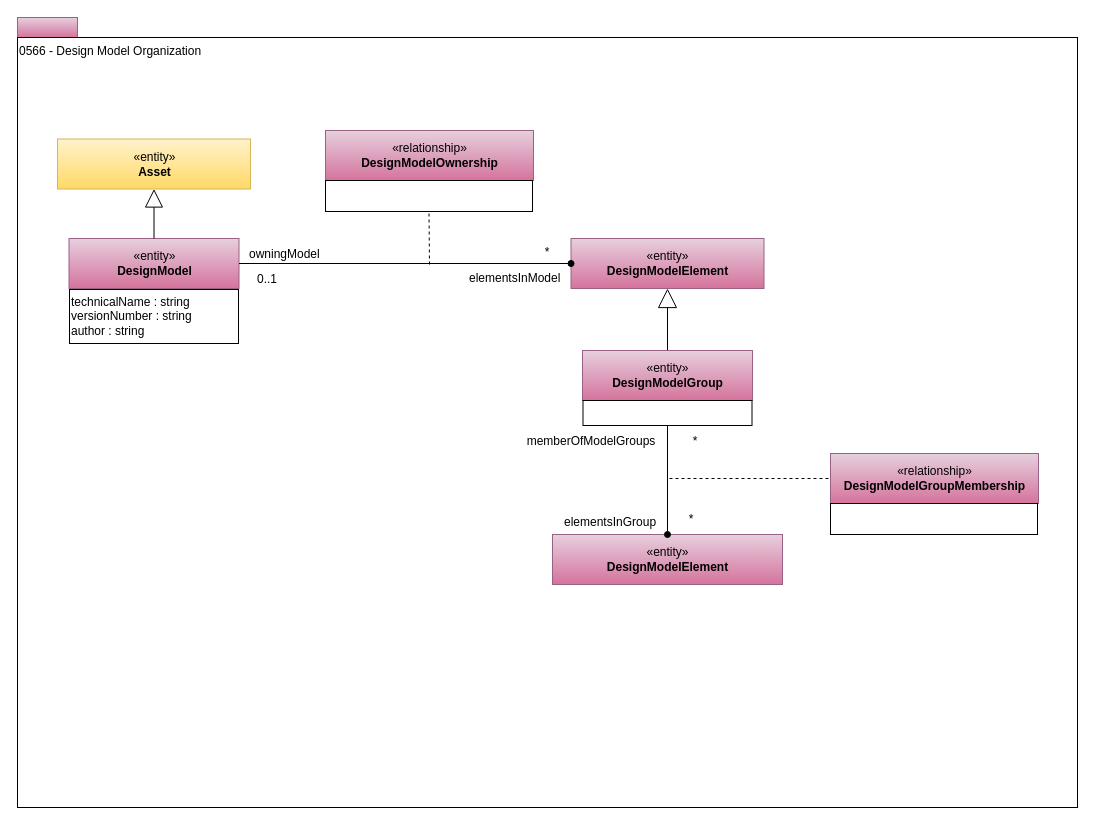
Earlier version of the draw.io diagram page "0566-Model-Structure" (23 of 28) of site/docs/types/5/area-5-models-and-schema.drawio (odpi/egeria-docs). Source tidied: cells renumbered, new cells numbered last; positions are measured from the earlier drawing's top-left corner, leaving out a move shared by most shapes. Both pictures are drawn from the tidied source at 100%, with x=0, y=0 at pixel (17, 17).
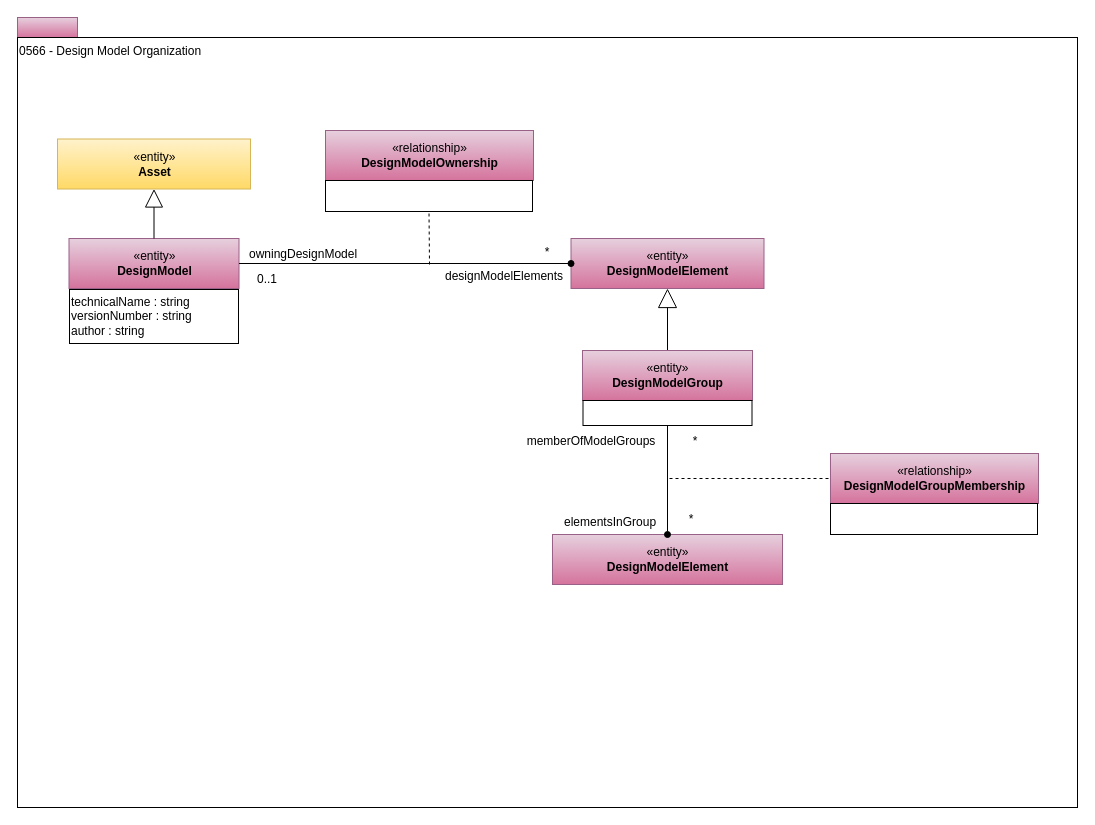
The same page after the edit.

Change to the diagram source:
```diff
@@
-    <mxCell id="16" value="owningModel" style="text;html=1;align=left;verticalAlign=top;spacingTop=-4;" parent="1" vertex="1">
-      <mxGeometry x="229.5" y="227" width="81" height="14" as="geometry" />
+    <mxCell id="16" value="owningDesignModel" style="text;html=1;align=left;verticalAlign=top;spacingTop=-4;" parent="1" vertex="1">
+      <mxGeometry x="229.5" y="227" width="118" height="14" as="geometry" />
     </mxCell>
-    <mxCell id="17" value="elementsInModel" style="text;html=1;align=left;verticalAlign=top;spacingTop=-4;fontColor=#000000;" parent="1" vertex="1">
-      <mxGeometry x="450" y="250.8" width="101" height="14" as="geometry" />
+    <mxCell id="17" value="designModelElements" style="text;html=1;align=left;verticalAlign=top;spacingTop=-4;fontColor=#000000;" parent="1" vertex="1">
+      <mxGeometry x="425.5" y="249" width="128" height="14" as="geometry" />
     </mxCell>
```
